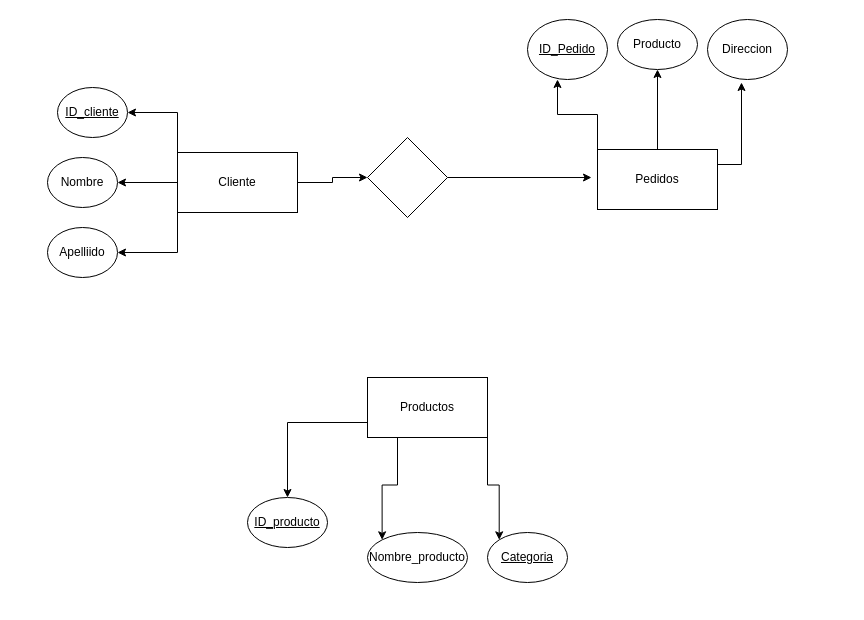
Fredyvalladares/DBA_Unidad-3 keeps this draw.io diagram as Unidad3_Actividad2_Diseño_de_DB.drawio. Above is the earlier version. Source tidied: cells renumbered, new cells numbered last; positions are measured from the earlier drawing's top-left corner, leaving out a move shared by most shapes. Both pictures are drawn from the tidied source at 100%, with x=0, y=0 at pixel (47, 19).
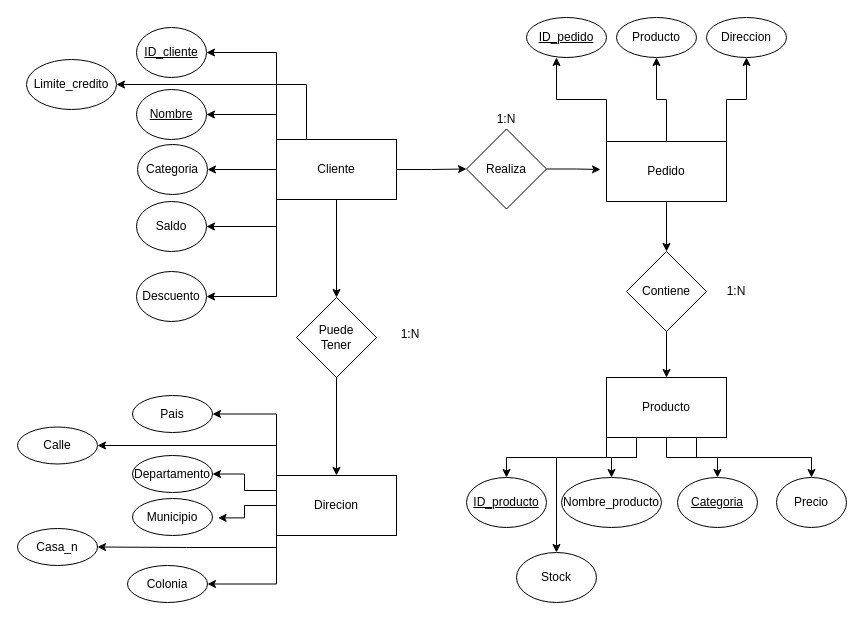
The same diagram, later.

Diff of the diagram source:
```diff
@@
-    <mxCell id="3" style="edgeStyle=orthogonalEdgeStyle;rounded=0;jettySize=auto;html=1;exitX=0;exitY=0.5;exitDx=0;exitDy=0;entryX=1;entryY=0.5;entryDx=0;entryDy=0;" parent="1" edge="1" source="6" target="15">
-      <mxGeometry relative="1" as="geometry" />
-    </mxCell>
@@
+    <mxCell id="26" style="edgeStyle=orthogonalEdgeStyle;rounded=0;jettySize=auto;html=1;exitX=0;exitY=1;exitDx=0;exitDy=0;entryX=1;entryY=0.5;entryDx=0;entryDy=0;" parent="1" edge="1" source="6" target="33">
+      <mxGeometry relative="1" as="geometry" />
+    </mxCell>
+    <mxCell id="27" style="edgeStyle=orthogonalEdgeStyle;rounded=0;jettySize=auto;html=1;exitX=0;exitY=0;exitDx=0;exitDy=0;entryX=1;entryY=0.5;entryDx=0;entryDy=0;" parent="1" edge="1" source="6" target="34">
+      <mxGeometry relative="1" as="geometry" />
+    </mxCell>
+    <mxCell id="28" style="edgeStyle=orthogonalEdgeStyle;rounded=0;jettySize=auto;html=1;exitX=0.25;exitY=0;exitDx=0;exitDy=0;entryX=1;entryY=0.5;entryDx=0;entryDy=0;" parent="1" edge="1" source="6" target="37">
+      <mxGeometry relative="1" as="geometry" />
+    </mxCell>
+    <mxCell id="3" style="edgeStyle=orthogonalEdgeStyle;rounded=0;jettySize=auto;html=1;exitX=0;exitY=0.5;exitDx=0;exitDy=0;entryX=1;entryY=0.5;entryDx=0;entryDy=0;" parent="1" edge="1" source="6" target="15">
+      <mxGeometry relative="1" as="geometry" />
+    </mxCell>
+    <mxCell id="29" style="edgeStyle=orthogonalEdgeStyle;rounded=0;jettySize=auto;html=1;" parent="1" edge="1" source="6" target="56">
+      <mxGeometry relative="1" as="geometry" />
+    </mxCell>
     <mxCell id="6" value="Cliente" style="rounded=0;whiteSpace=wrap;html=1;" parent="1" vertex="1">
-      <mxGeometry x="130" y="133" width="120" height="60" as="geometry" />
+      <mxGeometry x="229" y="120" width="120" height="60" as="geometry" />
     </mxCell>
-    <mxCell id="7" style="edgeStyle=orthogonalEdgeStyle;rounded=0;jettySize=auto;html=1;exitX=0;exitY=0.75;exitDx=0;exitDy=0;entryX=0.5;entryY=0;entryDx=0;entryDy=0;" parent="1" edge="1" source="10" target="21">
+    <mxCell id="7" style="edgeStyle=orthogonalEdgeStyle;rounded=0;jettySize=auto;html=1;exitX=0;exitY=1;exitDx=0;exitDy=0;entryX=0.5;entryY=0;entryDx=0;entryDy=0;" parent="1" edge="1" source="10" target="21">
       <mxGeometry relative="1" as="geometry" />
     </mxCell>
-    <mxCell id="8" style="edgeStyle=orthogonalEdgeStyle;rounded=0;jettySize=auto;html=1;exitX=0.25;exitY=1;exitDx=0;exitDy=0;entryX=0;entryY=0;entryDx=0;entryDy=0;" parent="1" edge="1" source="10" target="22">
+    <mxCell id="8" style="edgeStyle=orthogonalEdgeStyle;rounded=0;jettySize=auto;html=1;exitX=0.25;exitY=1;exitDx=0;exitDy=0;entryX=0.5;entryY=0;entryDx=0;entryDy=0;" parent="1" edge="1" source="10" target="22">
       <mxGeometry relative="1" as="geometry" />
     </mxCell>
-    <mxCell id="9" style="edgeStyle=orthogonalEdgeStyle;rounded=0;jettySize=auto;html=1;exitX=1;exitY=1;exitDx=0;exitDy=0;entryX=0;entryY=0;entryDx=0;entryDy=0;" parent="1" edge="1" source="10" target="23">
+    <mxCell id="9" style="edgeStyle=orthogonalEdgeStyle;rounded=0;jettySize=auto;html=1;exitX=0.5;exitY=1;exitDx=0;exitDy=0;" parent="1" edge="1" source="10" target="23">
       <mxGeometry relative="1" as="geometry" />
     </mxCell>
+    <mxCell id="30" style="edgeStyle=orthogonalEdgeStyle;rounded=0;jettySize=auto;html=1;exitX=0.75;exitY=1;exitDx=0;exitDy=0;" parent="1" edge="1" source="10" target="35">
+      <mxGeometry relative="1" as="geometry" />
+    </mxCell>
+    <mxCell id="31" style="edgeStyle=orthogonalEdgeStyle;rounded=0;jettySize=auto;html=1;exitX=0.25;exitY=1;exitDx=0;exitDy=0;" parent="1" edge="1" source="10" target="36">
+      <mxGeometry relative="1" as="geometry">
+        <Array as="points">
+          <mxPoint x="589" y="438" />
+          <mxPoint x="509" y="438" />
+        </Array>
+      </mxGeometry>
+    </mxCell>
-    <mxCell id="10" value="Productos" style="rounded=0;whiteSpace=wrap;html=1;" parent="1" vertex="1">
-      <mxGeometry x="320" y="358" width="120" height="60" as="geometry" />
+    <mxCell id="10" value="Producto" style="rounded=0;whiteSpace=wrap;html=1;" parent="1" vertex="1">
+      <mxGeometry x="559" y="358" width="120" height="60" as="geometry" />
     </mxCell>
@@
-    <mxCell id="13" style="edgeStyle=orthogonalEdgeStyle;rounded=0;jettySize=auto;html=1;exitX=1;exitY=0.25;exitDx=0;exitDy=0;entryX=0.425;entryY=1.05;entryDx=0;entryDy=0;entryPerimeter=0;" parent="1" edge="1" source="14" target="18">
+    <mxCell id="13" style="edgeStyle=orthogonalEdgeStyle;rounded=0;jettySize=auto;html=1;exitX=1;exitY=0;exitDx=0;exitDy=0;entryX=0.5;entryY=1;entryDx=0;entryDy=0;" parent="1" edge="1" source="14" target="18">
       <mxGeometry relative="1" as="geometry" />
     </mxCell>
+    <mxCell id="32" style="edgeStyle=orthogonalEdgeStyle;rounded=0;jettySize=auto;html=1;exitX=0.5;exitY=1;exitDx=0;exitDy=0;entryX=0.5;entryY=0;entryDx=0;entryDy=0;" parent="1" edge="1" source="14" target="59">
+      <mxGeometry relative="1" as="geometry" />
+    </mxCell>
-    <mxCell id="14" value="Pedidos" style="rounded=0;whiteSpace=wrap;html=1;" parent="1" vertex="1">
-      <mxGeometry x="550" y="130" width="120" height="60" as="geometry" />
+    <mxCell id="14" value="Pedido" style="rounded=0;whiteSpace=wrap;html=1;" parent="1" vertex="1">
+      <mxGeometry x="559" y="122" width="120" height="60" as="geometry" />
     </mxCell>
-    <mxCell id="15" value="Nombre" style="ellipse;whiteSpace=wrap;html=1;" parent="1" vertex="1">
-      <mxGeometry y="138" width="70" height="50" as="geometry" />
+    <mxCell id="15" value="Categoria" style="ellipse;whiteSpace=wrap;html=1;" parent="1" vertex="1">
+      <mxGeometry x="90" y="125" width="70" height="50" as="geometry" />
     </mxCell>
-    <mxCell id="16" value="&lt;u&gt;ID_cliente&lt;br&gt;&lt;/u&gt;" style="ellipse;whiteSpace=wrap;html=1;" parent="1" vertex="1">
-      <mxGeometry x="10" y="68" width="70" height="50" as="geometry" />
+    <mxCell id="16" value="&lt;u&gt;Nombre&lt;br&gt;&lt;/u&gt;" style="ellipse;whiteSpace=wrap;html=1;" parent="1" vertex="1">
+      <mxGeometry x="89" y="70" width="70" height="50" as="geometry" />
     </mxCell>
-    <mxCell id="17" value="Apelliido" style="ellipse;whiteSpace=wrap;html=1;" parent="1" vertex="1">
-      <mxGeometry y="208" width="70" height="50" as="geometry" />
+    <mxCell id="17" value="Saldo" style="ellipse;whiteSpace=wrap;html=1;" parent="1" vertex="1">
+      <mxGeometry x="89" y="182" width="70" height="50" as="geometry" />
     </mxCell>
     <mxCell id="18" value="Direccion" style="ellipse;whiteSpace=wrap;html=1;" parent="1" vertex="1">
-      <mxGeometry x="660" width="80" height="60" as="geometry" />
+      <mxGeometry x="659" y="-2" width="80" height="40" as="geometry" />
     </mxCell>
     <mxCell id="19" value="Producto" style="ellipse;whiteSpace=wrap;html=1;" parent="1" vertex="1">
-      <mxGeometry x="570" width="80" height="50" as="geometry" />
+      <mxGeometry x="569" y="-2" width="80" height="40" as="geometry" />
     </mxCell>
-    <mxCell id="20" value="&lt;u&gt;ID_Pedido&lt;/u&gt;" style="ellipse;whiteSpace=wrap;html=1;" parent="1" vertex="1">
-      <mxGeometry x="480" width="80" height="60" as="geometry" />
+    <mxCell id="20" value="&lt;u&gt;ID_pedido&lt;/u&gt;" style="ellipse;whiteSpace=wrap;html=1;" parent="1" vertex="1">
+      <mxGeometry x="479" y="-2" width="80" height="40" as="geometry" />
     </mxCell>
     <mxCell id="21" value="&lt;u&gt;ID_producto&lt;/u&gt;" style="ellipse;whiteSpace=wrap;html=1;" parent="1" vertex="1">
-      <mxGeometry x="200" y="478" width="80" height="50" as="geometry" />
+      <mxGeometry x="419" y="458" width="80" height="50" as="geometry" />
     </mxCell>
     <mxCell id="22" value="Nombre_producto" style="ellipse;whiteSpace=wrap;html=1;" parent="1" vertex="1">
-      <mxGeometry x="320" y="513" width="100" height="50" as="geometry" />
+      <mxGeometry x="514" y="458" width="100" height="50" as="geometry" />
     </mxCell>
     <mxCell id="23" value="&lt;u&gt;Categoria&lt;br&gt;&lt;/u&gt;" style="ellipse;whiteSpace=wrap;html=1;" parent="1" vertex="1">
-      <mxGeometry x="440" y="513" width="80" height="50" as="geometry" />
+      <mxGeometry x="630" y="458" width="80" height="50" as="geometry" />
     </mxCell>
@@
+    <mxCell id="33" value="Descuento" style="ellipse;whiteSpace=wrap;html=1;" parent="1" vertex="1">
+      <mxGeometry x="89" y="252" width="70" height="50" as="geometry" />
+    </mxCell>
+    <mxCell id="34" value="&lt;u style=&quot;border-color: var(--border-color);&quot;&gt;ID_cliente&lt;/u&gt;" style="ellipse;whiteSpace=wrap;html=1;" parent="1" vertex="1">
+      <mxGeometry x="89" y="8" width="70" height="50" as="geometry" />
+    </mxCell>
+    <mxCell id="35" value="Precio" style="ellipse;whiteSpace=wrap;html=1;" parent="1" vertex="1">
+      <mxGeometry x="729" y="458" width="70" height="50" as="geometry" />
+    </mxCell>
+    <mxCell id="36" value="Stock" style="ellipse;whiteSpace=wrap;html=1;" parent="1" vertex="1">
+      <mxGeometry x="469" y="533" width="80" height="50" as="geometry" />
+    </mxCell>
+    <mxCell id="37" value="Limite_credito" style="ellipse;whiteSpace=wrap;html=1;" parent="1" vertex="1">
+      <mxGeometry x="-21" y="40" width="90" height="50" as="geometry" />
+    </mxCell>
+    <mxCell id="38" value="Calle" style="ellipse;whiteSpace=wrap;html=1;" parent="1" vertex="1">
+      <mxGeometry x="-30" y="407.5" width="80" height="37" as="geometry" />
+    </mxCell>
+    <mxCell id="39" value="Departamento" style="ellipse;whiteSpace=wrap;html=1;" parent="1" vertex="1">
+      <mxGeometry x="85" y="436" width="80" height="37" as="geometry" />
+    </mxCell>
+    <mxCell id="40" value="Municipio" style="ellipse;whiteSpace=wrap;html=1;" parent="1" vertex="1">
+      <mxGeometry x="85" y="479" width="80" height="37" as="geometry" />
+    </mxCell>
+    <mxCell id="41" value="Pais" style="ellipse;whiteSpace=wrap;html=1;" parent="1" vertex="1">
+      <mxGeometry x="85" y="376" width="80" height="37" as="geometry" />
+    </mxCell>
+    <mxCell id="42" value="Colonia" style="ellipse;whiteSpace=wrap;html=1;" parent="1" vertex="1">
+      <mxGeometry x="80" y="546" width="80" height="37" as="geometry" />
+    </mxCell>
+    <mxCell id="43" value="Casa_n" style="ellipse;whiteSpace=wrap;html=1;" parent="1" vertex="1">
+      <mxGeometry x="-30" y="509" width="80" height="37" as="geometry" />
+    </mxCell>
+    <mxCell id="44" style="group;" parent="1" vertex="1">
+      <mxGeometry x="419" y="84.5" width="80" height="105" as="geometry" />
+    </mxCell>
-    <mxCell id="25" style="rhombus;whiteSpace=wrap;html=1;" parent="1" vertex="1">
-      <mxGeometry x="320" y="118" width="80" height="80" as="geometry" />
+    <mxCell id="25" value="Realiza" style="rhombus;whiteSpace=wrap;html=1;" parent="44" vertex="1">
+      <mxGeometry y="25" width="80" height="80" as="geometry" />
     </mxCell>
+    <mxCell id="45" value="1:N" style="text;html=1;strokeColor=none;fillColor=none;align=center;verticalAlign=middle;whiteSpace=wrap;rounded=0;" parent="44" vertex="1">
+      <mxGeometry x="10" width="60" height="30" as="geometry" />
+    </mxCell>
+    <mxCell id="46" style="edgeStyle=orthogonalEdgeStyle;rounded=0;jettySize=auto;html=1;exitX=0.5;exitY=1;exitDx=0;exitDy=0;entryX=0.5;entryY=0;entryDx=0;entryDy=0;" parent="1" edge="1" source="59" target="10">
+      <mxGeometry relative="1" as="geometry" />
+    </mxCell>
+    <mxCell id="47" style="edgeStyle=orthogonalEdgeStyle;rounded=0;jettySize=auto;html=1;exitX=0;exitY=0;exitDx=0;exitDy=0;entryX=1;entryY=0.5;entryDx=0;entryDy=0;" parent="1" edge="1" source="53" target="41">
+      <mxGeometry relative="1" as="geometry" />
+    </mxCell>
+    <mxCell id="48" style="edgeStyle=orthogonalEdgeStyle;rounded=0;jettySize=auto;html=1;exitX=0;exitY=0;exitDx=0;exitDy=0;entryX=1;entryY=0.5;entryDx=0;entryDy=0;" parent="1" edge="1" source="53" target="38">
+      <mxGeometry relative="1" as="geometry" />
+    </mxCell>
+    <mxCell id="49" style="edgeStyle=orthogonalEdgeStyle;rounded=0;jettySize=auto;html=1;exitX=0;exitY=0.25;exitDx=0;exitDy=0;entryX=1;entryY=0.5;entryDx=0;entryDy=0;" parent="1" edge="1" source="53" target="39">
+      <mxGeometry relative="1" as="geometry" />
+    </mxCell>
+    <mxCell id="50" style="edgeStyle=orthogonalEdgeStyle;rounded=0;jettySize=auto;html=1;exitX=0;exitY=0.5;exitDx=0;exitDy=0;entryX=1.07;entryY=0.524;entryDx=0;entryDy=0;entryPerimeter=0;" parent="1" edge="1" source="53" target="40">
+      <mxGeometry relative="1" as="geometry" />
+    </mxCell>
+    <mxCell id="51" style="edgeStyle=orthogonalEdgeStyle;rounded=0;jettySize=auto;html=1;exitX=0;exitY=1;exitDx=0;exitDy=0;entryX=1;entryY=0.5;entryDx=0;entryDy=0;" parent="1" edge="1" source="53" target="42">
+      <mxGeometry relative="1" as="geometry" />
+    </mxCell>
+    <mxCell id="52" style="edgeStyle=orthogonalEdgeStyle;rounded=0;jettySize=auto;html=1;exitX=0;exitY=1;exitDx=0;exitDy=0;entryX=1;entryY=0.5;entryDx=0;entryDy=0;" parent="1" edge="1" source="53" target="43">
+      <mxGeometry relative="1" as="geometry">
+        <Array as="points">
+          <mxPoint x="229" y="528" />
+          <mxPoint x="139" y="528" />
+        </Array>
+      </mxGeometry>
+    </mxCell>
+    <mxCell id="53" value="Direcion" style="rounded=0;whiteSpace=wrap;html=1;" parent="1" vertex="1">
+      <mxGeometry x="229" y="456" width="120" height="60" as="geometry" />
+    </mxCell>
+    <mxCell id="54" style="edgeStyle=orthogonalEdgeStyle;rounded=0;jettySize=auto;html=1;" parent="1" edge="1" source="56" target="53">
+      <mxGeometry relative="1" as="geometry" />
+    </mxCell>
+    <mxCell id="55" style="group;" parent="1" vertex="1">
+      <mxGeometry x="249" y="278" width="144" height="80" as="geometry" />
+    </mxCell>
+    <mxCell id="56" value="Puede&lt;br&gt;Tener" style="rhombus;whiteSpace=wrap;html=1;" parent="55" vertex="1">
+      <mxGeometry width="80" height="80" as="geometry" />
+    </mxCell>
+    <mxCell id="57" value="1:N" style="text;html=1;strokeColor=none;fillColor=none;align=center;verticalAlign=middle;whiteSpace=wrap;rounded=0;" parent="55" vertex="1">
+      <mxGeometry x="84" y="24" width="60" height="26" as="geometry" />
+    </mxCell>
+    <mxCell id="58" style="group;" parent="1" vertex="1">
+      <mxGeometry x="579" y="232" width="140" height="80" as="geometry" />
+    </mxCell>
+    <mxCell id="59" value="Contiene" style="rhombus;whiteSpace=wrap;html=1;" parent="58" vertex="1">
+      <mxGeometry width="80" height="80" as="geometry" />
+    </mxCell>
+    <mxCell id="60" value="1:N" style="text;html=1;strokeColor=none;fillColor=none;align=center;verticalAlign=middle;whiteSpace=wrap;rounded=0;" parent="58" vertex="1">
+      <mxGeometry x="80" y="25" width="60" height="30" as="geometry" />
+    </mxCell>
```
